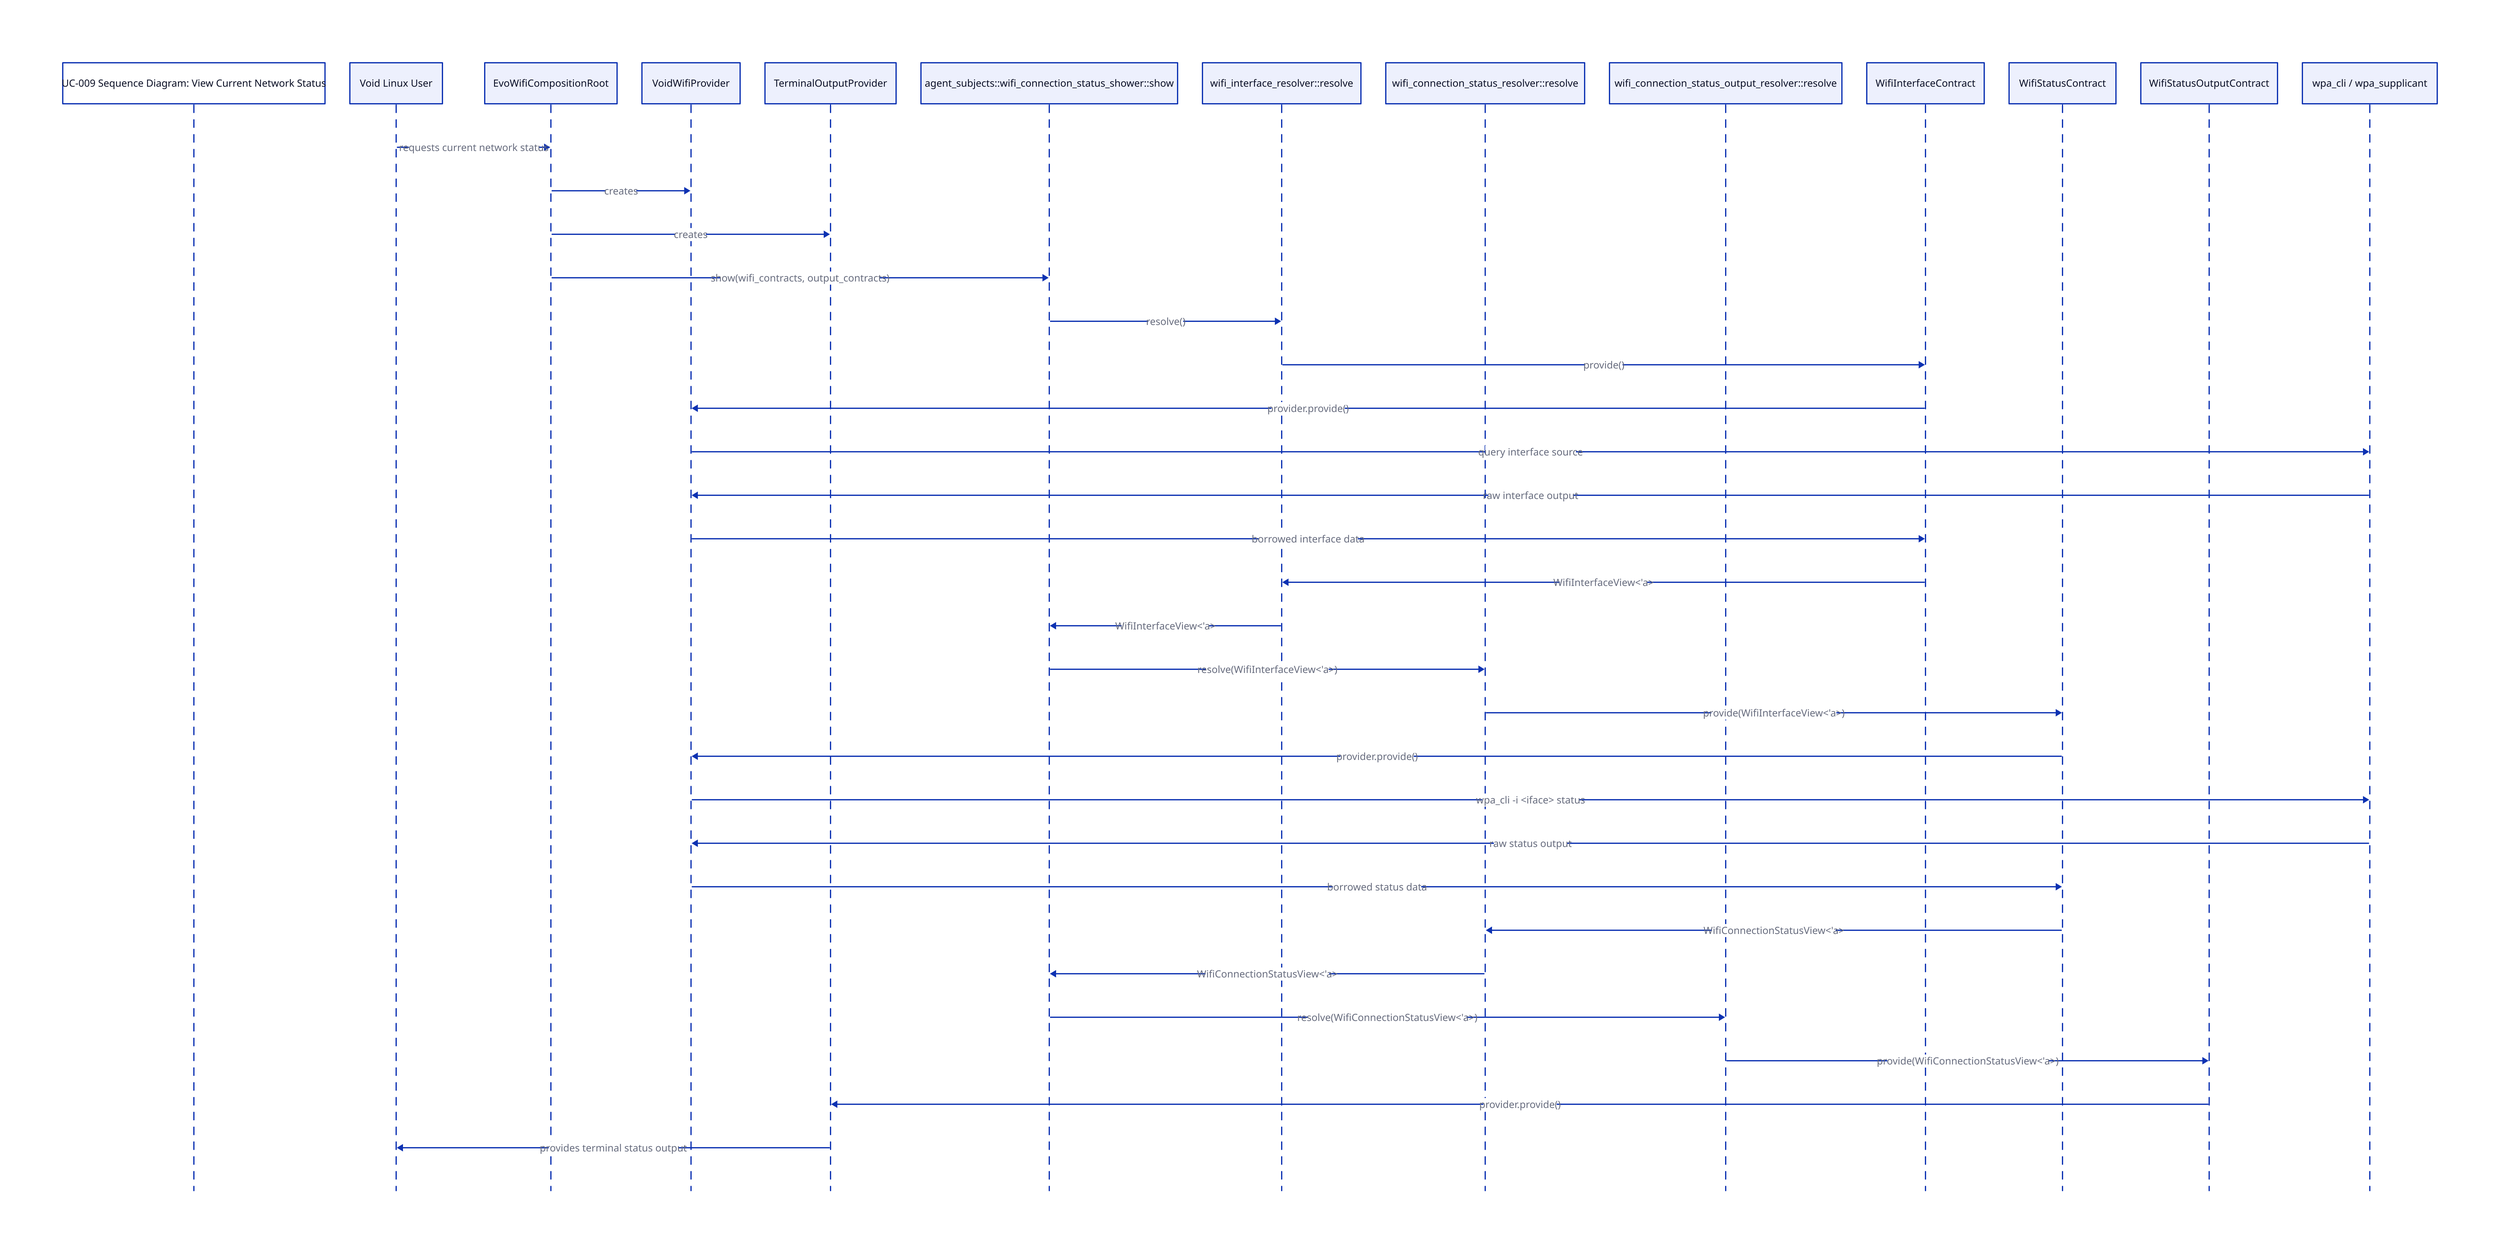
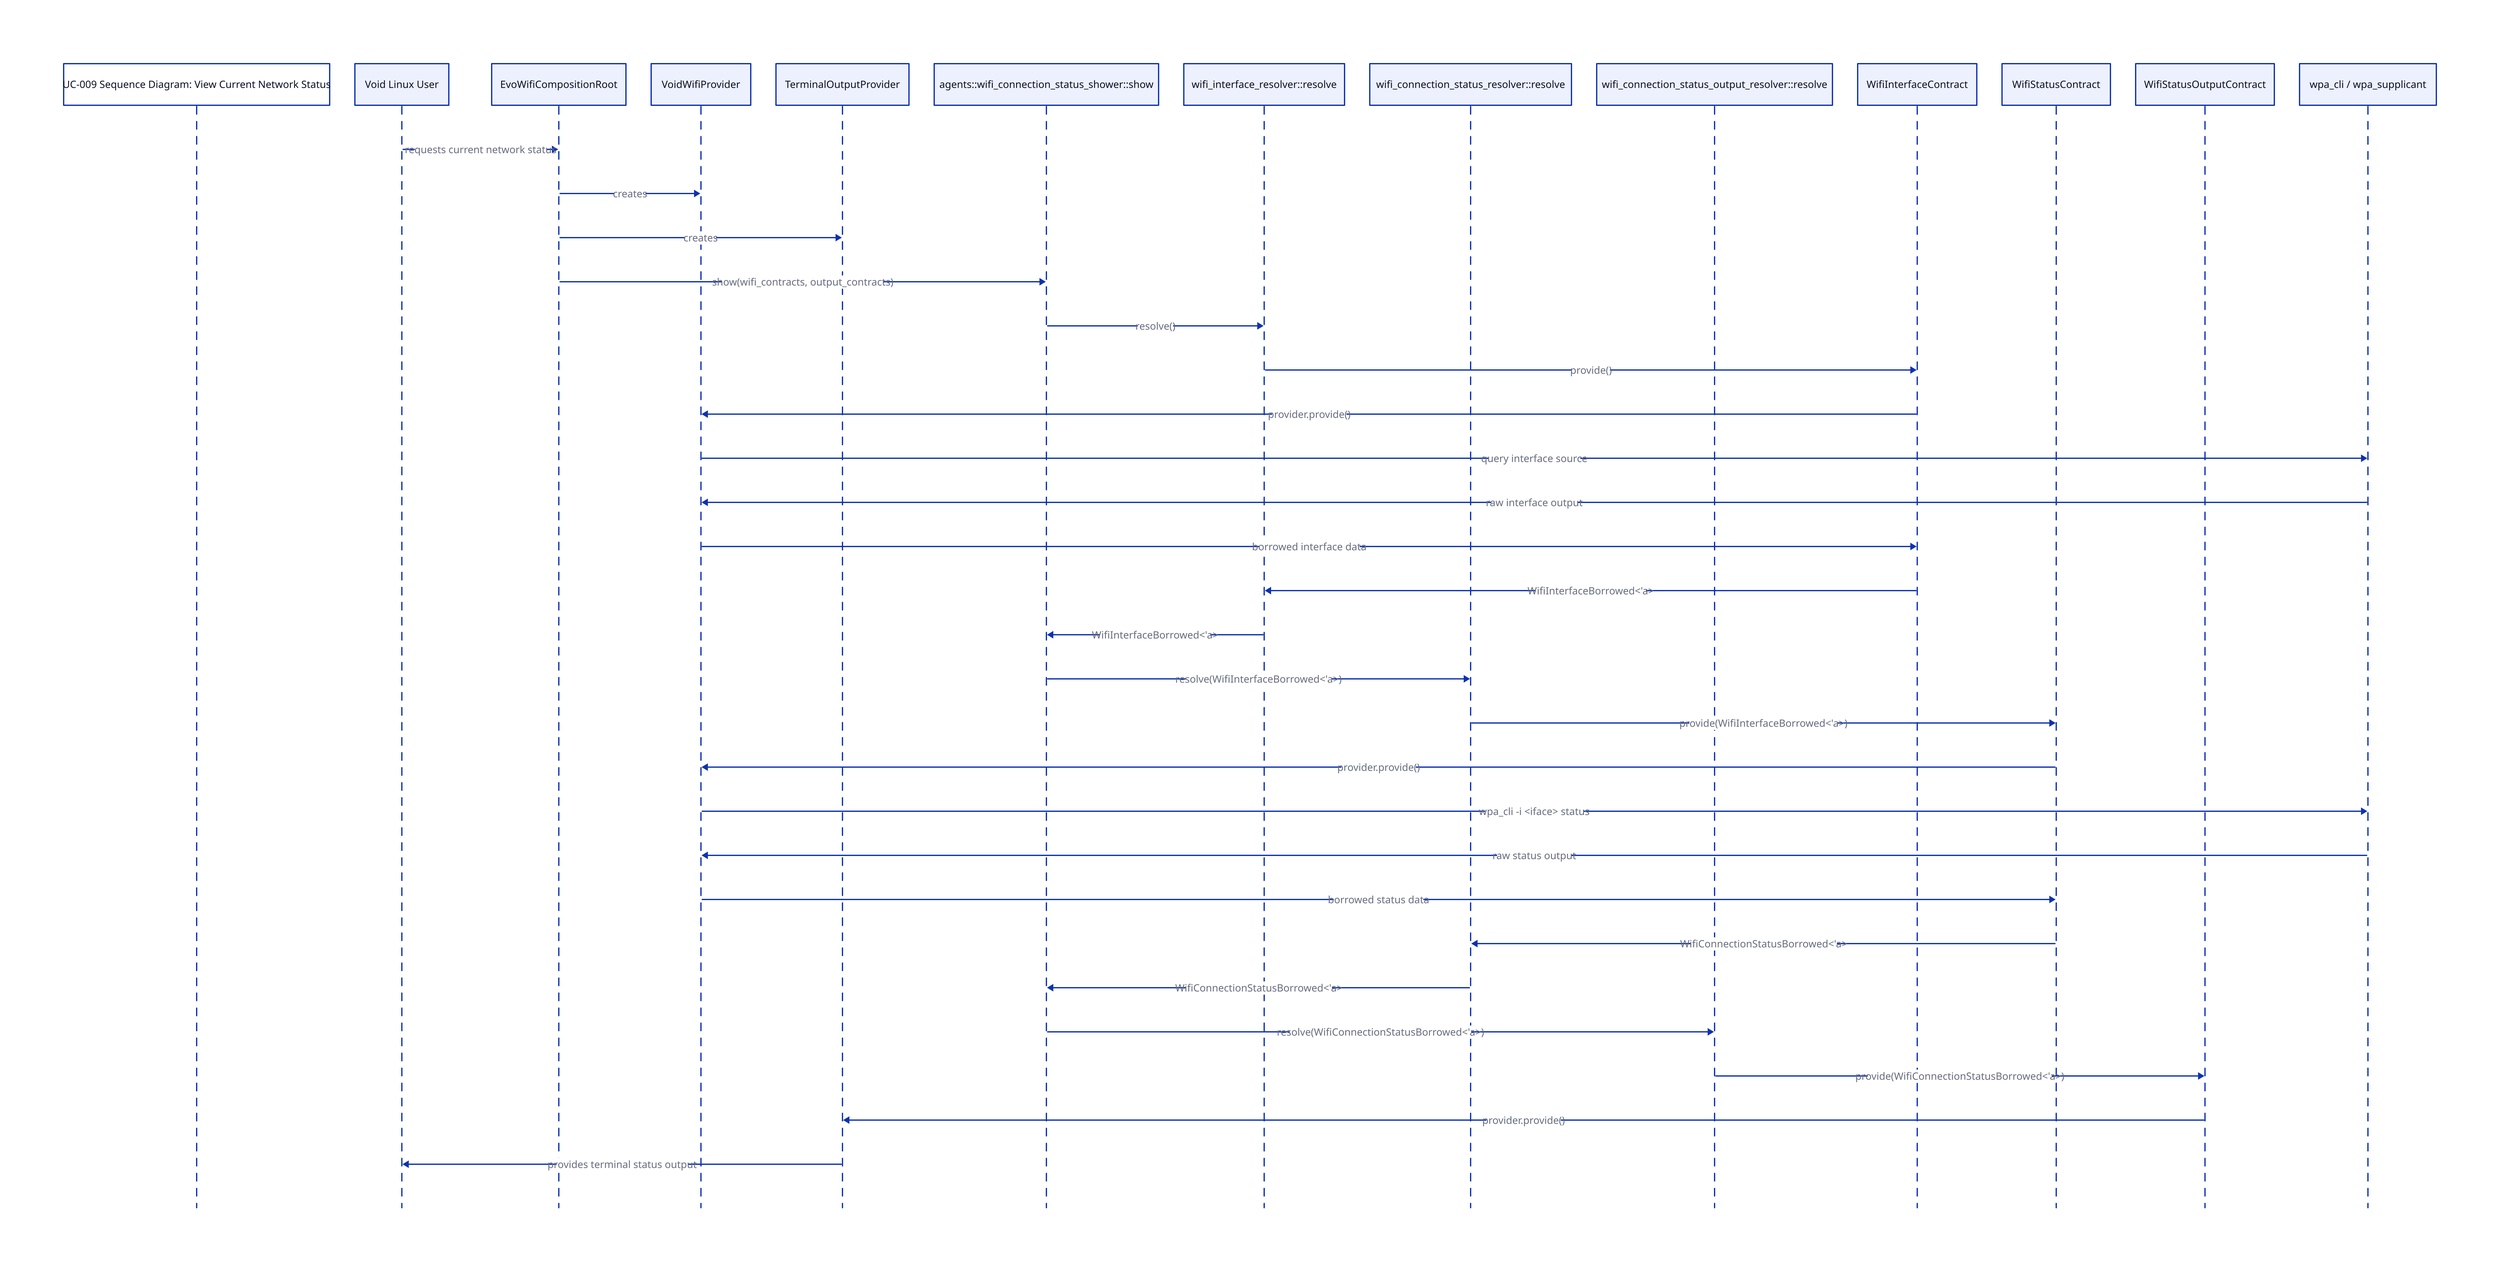
title: "UC-009 Sequence Diagram: View Current Network Status"
shape: sequence_diagram

user: "Void Linux User"
composition_root: "EvoWifiCompositionRoot"
wifi_provider: "VoidWifiProvider"
output_provider: "TerminalOutputProvider"
- agent_subject: "agent_subjects::wifi_connection_status_shower::show"
+ agent_subject: "agents::wifi_connection_status_shower::show"
interface_resolver: "wifi_interface_resolver::resolve"
status_resolver: "wifi_connection_status_resolver::resolve"
output_resolver: "wifi_connection_status_output_resolver::resolve"
interface_contract: "WifiInterfaceContract"
status_contract: "WifiStatusContract"
output_contract: "WifiStatusOutputContract"
external_wifi: "wpa_cli / wpa_supplicant"

user -> composition_root: "requests current network status"

composition_root -> wifi_provider: "creates"
composition_root -> output_provider: "creates"
composition_root -> agent_subject: "show(wifi_contracts, output_contracts)"

agent_subject -> interface_resolver: "resolve()"
interface_resolver -> interface_contract: "provide()"
interface_contract -> wifi_provider: "provider.provide()"
wifi_provider -> external_wifi: "query interface source"
external_wifi -> wifi_provider: "raw interface output"
wifi_provider -> interface_contract: "borrowed interface data"
- interface_contract -> interface_resolver: "WifiInterfaceView<'a>"
- interface_resolver -> agent_subject: "WifiInterfaceView<'a>"
+ interface_contract -> interface_resolver: "WifiInterfaceBorrowed<'a>"
+ interface_resolver -> agent_subject: "WifiInterfaceBorrowed<'a>"

- agent_subject -> status_resolver: "resolve(WifiInterfaceView<'a>)"
- status_resolver -> status_contract: "provide(WifiInterfaceView<'a>)"
+ agent_subject -> status_resolver: "resolve(WifiInterfaceBorrowed<'a>)"
+ status_resolver -> status_contract: "provide(WifiInterfaceBorrowed<'a>)"
status_contract -> wifi_provider: "provider.provide()"
wifi_provider -> external_wifi: "wpa_cli -i <iface> status"
external_wifi -> wifi_provider: "raw status output"
wifi_provider -> status_contract: "borrowed status data"
- status_contract -> status_resolver: "WifiConnectionStatusView<'a>"
- status_resolver -> agent_subject: "WifiConnectionStatusView<'a>"
+ status_contract -> status_resolver: "WifiConnectionStatusBorrowed<'a>"
+ status_resolver -> agent_subject: "WifiConnectionStatusBorrowed<'a>"

- agent_subject -> output_resolver: "resolve(WifiConnectionStatusView<'a>)"
- output_resolver -> output_contract: "provide(WifiConnectionStatusView<'a>)"
+ agent_subject -> output_resolver: "resolve(WifiConnectionStatusBorrowed<'a>)"
+ output_resolver -> output_contract: "provide(WifiConnectionStatusBorrowed<'a>)"
output_contract -> output_provider: "provider.provide()"
output_provider -> user: "provides terminal status output"
